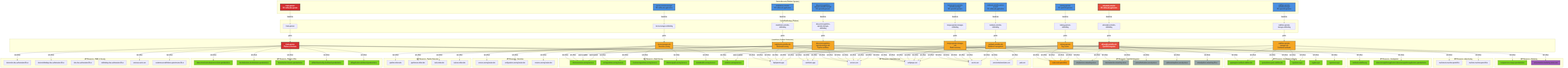
This is architecture/rhoai-2.6/diagrams/platform-rbac.png from rhuss/architecture-context, a Mermaid export, as it was before one commit. Its source is kept beside it as architecture/rhoai-2.6/diagrams/platform-rbac.mmd.
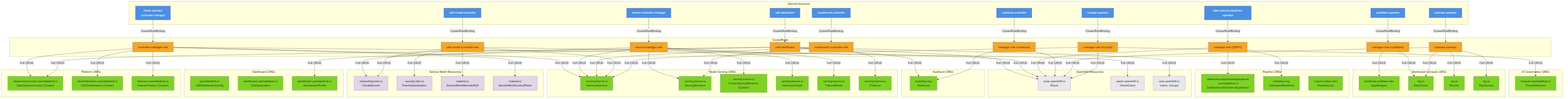
Later version of the same file.

Change to the diagram source:
```diff
@@ -1,278 +1,194 @@
-graph TB
-    subgraph "Service Accounts (Platform Operators)"
-        SA_RHODS[rhods-operator<br/>NS: redhat-ods-operator]
-        SA_DSP[data-science-pipelines-operator-controller-manager<br/>NS: openshift-operators]
-        SA_KServe[kserve-controller-manager<br/>NS: redhat-ods-applications]
-        SA_ModelMesh[modelmesh-controller<br/>NS: redhat-ods-applications]
-        SA_ModelCtrl[odh-model-controller<br/>NS: redhat-ods-applications]
-        SA_CodeFlare[codeflare-operator-controller-manager<br/>NS: openshift-operators]
-        SA_KubeRay[kuberay-operator<br/>NS: openshift-operators]
-        SA_TrustyAI[trustyai-service-operator-controller-manager<br/>NS: openshift-operators]
-        SA_Notebook[notebook-controller-service-account<br/>NS: redhat-ods-applications]
+
+graph TD
+    subgraph ServiceAccounts["Service Accounts"]
+        SA_Rhods["rhods-operator<br/>controller-manager"]
+        SA_Dashboard["odh-dashboard"]
+        SA_KServe["kserve-controller-manager"]
+        SA_ModelMesh["modelmesh-controller"]
+        SA_OdhModel["odh-model-controller"]
+        SA_DSPO["data-science-pipelines-operator"]
+        SA_Notebook["notebook-controller"]
+        SA_CodeFlare["codeflare-operator"]
+        SA_KubeRay["kuberay-operator"]
+        SA_TrustyAI["trustyai-operator"]
     end
 
-    subgraph "ClusterRoleBindings (Platform)"
-        CRB_RHODS[rhods-operator]
-        CRB_DSP[data-science-pipelines-operator-manager-rolebinding]
-        CRB_KServe[kserve-manager-rolebinding]
-        CRB_ModelMesh[modelmesh-controller-rolebinding]
-        CRB_ModelCtrl[odh-model-controller-rolebinding]
-        CRB_CodeFlare[codeflare-operator-manager-rolebinding]
-        CRB_KubeRay[kuberay-operator-rolebinding]
-        CRB_TrustyAI[trustyai-operator-manager-rolebinding]
-        CRB_Notebook[notebook-controller-rolebinding]
+    subgraph ClusterRoles["ClusterRoles"]
+        CR_Rhods["controller-manager-role"]
+        CR_Dashboard["odh-dashboard"]
+        CR_KServe["kserve-manager-role"]
+        CR_ModelMesh["modelmesh-controller-role"]
+        CR_OdhModel["odh-model-controller-role"]
+        CR_DSPO["manager-role (DSPO)"]
+        CR_Notebook["manager-role (notebook)"]
+        CR_CodeFlare["manager-role (codeflare)"]
+        CR_KubeRay["kuberay-operator"]
+        CR_TrustyAI["manager-role (trustyai)"]
     end
 
-    subgraph "ClusterRoles (Platform Permissions)"
-        CR_RHODS[rhods-operator<br/>Platform orchestrator]
-        CR_DSP[data-science-pipelines-operator-manager-role<br/>Pipeline workflows]
-        CR_KServe[kserve-manager-role<br/>Serverless serving]
-        CR_ModelMesh[modelmesh-controller-role<br/>Multi-model serving]
-        CR_ModelCtrl[odh-model-controller-role<br/>OpenShift integration]
-        CR_CodeFlare[codeflare-operator-manager-role<br/>Distributed workloads]
-        CR_KubeRay[kuberay-operator<br/>Ray clusters]
-        CR_TrustyAI[trustyai-operator-manager-role<br/>Model monitoring]
-        CR_Notebook[notebook-controller-role<br/>Workbench management]
+    subgraph PlatformCRDs["Platform CRDs"]
+        DSC["datasciencecluster.opendatahub.io<br/>DataScienceCluster (Cluster)"]
+        DSCI["dscinitialization.opendatahub.io<br/>DSCInitialization (Cluster)"]
+        FT["features.opendatahub.io<br/>FeatureTracker (Cluster)"]
     end
 
-    subgraph "API Resources - Platform CRDs"
-        DSC[datascienceclusters.datasciencecluster.opendatahub.io]
-        DSCInit[dscinitializations.dscinitialization.opendatahub.io]
-        FeatureTracker[featuretrackers.features.opendatahub.io]
-        DashboardConfig[odhdashboardconfigs.dashboard.opendatahub.io]
-        OdhApp[odhapplications.dashboard.opendatahub.io]
+    subgraph DashboardCRDs["Dashboard CRDs"]
+        OdhConfig["opendatahub.io<br/>OdhDashboardConfig"]
+        OdhApp["dashboard.opendatahub.io<br/>OdhApplication"]
+        AccelProfile["dashboard.opendatahub.io<br/>AcceleratorProfile"]
     end
 
-    subgraph "API Resources - Development"
-        Notebook[notebooks.kubeflow.org]
-        DSPA_CR[datasciencepipelinesapplications.datasciencepipelinesapplications.opendatahub.io]
+    subgraph ServingCRDs["Model Serving CRDs"]
+        ISVC["serving.kserve.io<br/>InferenceService"]
+        SR["serving.kserve.io<br/>ServingRuntime"]
+        CSR["serving.kserve.io<br/>ClusterServingRuntime (Cluster)"]
+        IG["serving.kserve.io<br/>InferenceGraph"]
+        TM["serving.kserve.io<br/>TrainedModel"]
+        Predictor["serving.kserve.io<br/>Predictor"]
     end
 
-    subgraph "API Resources - Model Serving"
-        InferenceService[inferenceservices.serving.kserve.io]
-        ServingRuntime[servingruntimes.serving.kserve.io]
-        ClusterServingRuntime[clusterservingruntimes.serving.kserve.io]
-        InferenceGraph[inferencegraphs.serving.kserve.io]
-        TrainedModel[trainedmodels.serving.kserve.io]
-        Predictor[predictors.serving.kserve.io]
+    subgraph PipelineCRDs["Pipeline CRDs"]
+        DSPA["datasciencepipelinesapplications<br/>.opendatahub.io<br/>DataSciencePipelinesApplication"]
+        SW["kubeflow.org<br/>ScheduledWorkflow"]
+        PL["custom.tekton.dev<br/>PipelineLoop"]
     end
 
-    subgraph "API Resources - Distributed Computing"
-        AppWrapper[appwrappers.workload.codeflare.dev]
-        QuotaSubtree[quotasubtrees.quota.codeflare.dev]
-        RayCluster[rayclusters.ray.io]
-        RayJob[rayjobs.ray.io]
-        RayService[rayservices.ray.io]
+    subgraph NotebookCRDs["Notebook CRDs"]
+        NB["kubeflow.org<br/>Notebook"]
     end
 
-    subgraph "API Resources - Monitoring"
-        TrustyAIService[trustyaiservices.trustyai.opendatahub.io]
-        ServiceMonitor[servicemonitors.monitoring.coreos.com]
+    subgraph ComputeCRDs["Distributed Compute CRDs"]
+        AW["workload.codeflare.dev<br/>AppWrapper"]
+        RC["ray.io<br/>RayCluster"]
+        RJ["ray.io<br/>RayJob"]
+        RS["ray.io<br/>RayService"]
     end
 
-    subgraph "API Resources - OpenShift Integration"
-        Route[routes.route.openshift.io]
-        VirtualService[virtualservices.networking.istio.io]
-        DestinationRule[destinationrules.networking.istio.io]
-        PeerAuthentication[peerauthentications.security.istio.io]
-        AuthorizationPolicy[authorizationpolicies.security.istio.io]
-        NetworkPolicy[networkpolicies.networking.k8s.io]
+    subgraph GovernanceCRDs["AI Governance CRDs"]
+        TAIS["trustyai.opendatahub.io<br/>TrustyAIService"]
     end
 
-    subgraph "API Resources - Pipeline Execution"
-        Pipeline[pipelines.tekton.dev]
-        PipelineRun[pipelineruns.tekton.dev]
-        Task[tasks.tekton.dev]
-        TaskRun[taskruns.tekton.dev]
+    subgraph MeshResources["Service Mesh Resources"]
+        VS["networking.istio.io<br/>VirtualService"]
+        PA["security.istio.io<br/>PeerAuthentication"]
+        SMMR["maistra.io<br/>ServiceMeshMemberRoll"]
+        SMCP["maistra.io<br/>ServiceMeshControlPlane"]
     end
 
-    subgraph "API Resources - Serverless"
-        KnativeService[services.serving.knative.dev]
-        Configuration[configurations.serving.knative.dev]
-        Revision[revisions.serving.knative.dev]
+    subgraph OCPResources["OpenShift Resources"]
+        Routes["route.openshift.io<br/>Route"]
+        OAuthClient["oauth.openshift.io<br/>OAuthClient"]
+        Users["user.openshift.io<br/>Users, Groups"]
     end
 
-    subgraph "API Resources - Kubernetes Core"
-        Deployment[deployments.apps]
-        StatefulSet[statefulsets.apps]
-        Service[services.core]
-        ConfigMap[configmaps.core]
-        Secret[secrets.core]
-        PVC[persistentvolumeclaims.core]
-        Pod[pods.core]
-    end
+    SA_Rhods -->|ClusterRoleBinding| CR_Rhods
+    SA_Dashboard -->|ClusterRoleBinding| CR_Dashboard
+    SA_KServe -->|ClusterRoleBinding| CR_KServe
+    SA_ModelMesh -->|ClusterRoleBinding| CR_ModelMesh
+    SA_OdhModel -->|ClusterRoleBinding| CR_OdhModel
+    SA_DSPO -->|ClusterRoleBinding| CR_DSPO
+    SA_Notebook -->|ClusterRoleBinding| CR_Notebook
+    SA_CodeFlare -->|ClusterRoleBinding| CR_CodeFlare
+    SA_KubeRay -->|ClusterRoleBinding| CR_KubeRay
+    SA_TrustyAI -->|ClusterRoleBinding| CR_TrustyAI
 
-    subgraph "API Resources - RBAC & Security"
-        ClusterRole[clusterroles.rbac.authorization.k8s.io]
-        ClusterRoleBinding[clusterrolebindings.rbac.authorization.k8s.io]
-        Role[roles.rbac.authorization.k8s.io]
-        RoleBinding[rolebindings.rbac.authorization.k8s.io]
-        ServiceAccount[serviceaccounts.core]
-        CRD[customresourcedefinitions.apiextensions.k8s.io]
-    end
+    CR_Rhods -->|"Full CRUD"| DSC
+    CR_Rhods -->|"Full CRUD"| DSCI
+    CR_Rhods -->|"Full CRUD"| FT
+    CR_Rhods -->|"Full CRUD"| ISVC
+    CR_Rhods -->|"Full CRUD"| SMCP
+    CR_Rhods -->|"Full CRUD"| OAuthClient
 
-    subgraph "API Resources - Auto-Scaling"
-        MachineSet[machinesets.machine.openshift.io]
-        Machine[machines.machine.openshift.io]
-    end
+    CR_Dashboard -->|"Full CRUD"| NB
+    CR_Dashboard -->|"Full CRUD"| DSC
+    CR_Dashboard -->|"Full CRUD"| Routes
+    CR_Dashboard -->|"Full CRUD"| Users
+    CR_Dashboard -->|"Full CRUD"| AccelProfile
 
-    SA_RHODS -->|bound via| CRB_RHODS
-    SA_DSP -->|bound via| CRB_DSP
-    SA_KServe -->|bound via| CRB_KServe
-    SA_ModelMesh -->|bound via| CRB_ModelMesh
-    SA_ModelCtrl -->|bound via| CRB_ModelCtrl
-    SA_CodeFlare -->|bound via| CRB_CodeFlare
-    SA_KubeRay -->|bound via| CRB_KubeRay
-    SA_TrustyAI -->|bound via| CRB_TrustyAI
-    SA_Notebook -->|bound via| CRB_Notebook
+    CR_KServe -->|"Full CRUD"| ISVC
+    CR_KServe -->|"Full CRUD"| SR
+    CR_KServe -->|"Full CRUD"| CSR
+    CR_KServe -->|"Full CRUD"| IG
+    CR_KServe -->|"Full CRUD"| TM
+    CR_KServe -->|"Full CRUD"| VS
 
-    CRB_RHODS -->|grants| CR_RHODS
-    CRB_DSP -->|grants| CR_DSP
-    CRB_KServe -->|grants| CR_KServe
-    CRB_ModelMesh -->|grants| CR_ModelMesh
-    CRB_ModelCtrl -->|grants| CR_ModelCtrl
-    CRB_CodeFlare -->|grants| CR_CodeFlare
-    CRB_KubeRay -->|grants| CR_KubeRay
-    CRB_TrustyAI -->|grants| CR_TrustyAI
-    CRB_Notebook -->|grants| CR_Notebook
+    CR_ModelMesh -->|"Full CRUD"| ISVC
+    CR_ModelMesh -->|"Full CRUD"| Predictor
+    CR_ModelMesh -->|"Full CRUD"| SR
 
-    CR_RHODS -->|full CRUD| DSC
-    CR_RHODS -->|full CRUD| DSCInit
-    CR_RHODS -->|full CRUD| FeatureTracker
-    CR_RHODS -->|full CRUD| DashboardConfig
-    CR_RHODS -->|full CRUD| OdhApp
-    CR_RHODS -->|full CRUD| ClusterRole
-    CR_RHODS -->|full CRUD| ClusterRoleBinding
-    CR_RHODS -->|full CRUD| CRD
-    CR_RHODS -->|full CRUD| Deployment
-    CR_RHODS -->|full CRUD| Service
-    CR_RHODS -->|full CRUD| ConfigMap
-    CR_RHODS -->|full CRUD| Secret
-    CR_RHODS -->|full CRUD| ServiceAccount
+    CR_OdhModel -->|"Full CRUD"| ISVC
+    CR_OdhModel -->|"Full CRUD"| VS
+    CR_OdhModel -->|"Full CRUD"| PA
+    CR_OdhModel -->|"Full CRUD"| SMMR
+    CR_OdhModel -->|"Full CRUD"| Routes
 
-    CR_DSP -->|full CRUD| DSPA_CR
-    CR_DSP -->|full CRUD| Pipeline
-    CR_DSP -->|full CRUD| PipelineRun
-    CR_DSP -->|full CRUD| Task
-    CR_DSP -->|full CRUD| TaskRun
-    CR_DSP -->|full CRUD| RayCluster
-    CR_DSP -->|full CRUD| AppWrapper
-    CR_DSP -->|full CRUD| Deployment
-    CR_DSP -->|full CRUD| StatefulSet
-    CR_DSP -->|full CRUD| Service
-    CR_DSP -->|full CRUD| ConfigMap
-    CR_DSP -->|full CRUD| Secret
+    CR_DSPO -->|"Full CRUD"| DSPA
+    CR_DSPO -->|"Full CRUD"| SW
+    CR_DSPO -->|"Full CRUD"| Routes
 
-    CR_KServe -->|full CRUD| InferenceService
-    CR_KServe -->|full CRUD| ServingRuntime
-    CR_KServe -->|full CRUD| ClusterServingRuntime
-    CR_KServe -->|full CRUD| InferenceGraph
-    CR_KServe -->|full CRUD| TrainedModel
-    CR_KServe -->|full CRUD| KnativeService
-    CR_KServe -->|full CRUD| Configuration
-    CR_KServe -->|full CRUD| Revision
-    CR_KServe -->|full CRUD| VirtualService
-    CR_KServe -->|full CRUD| DestinationRule
-    CR_KServe -->|full CRUD| Service
-    CR_KServe -->|full CRUD| Deployment
+    CR_Notebook -->|"Full CRUD"| NB
+    CR_Notebook -->|"Full CRUD"| Routes
 
-    CR_ModelMesh -->|full CRUD| Predictor
-    CR_ModelMesh -->|full CRUD| ServingRuntime
-    CR_ModelMesh -->|full CRUD| InferenceService
-    CR_ModelMesh -->|full CRUD| Deployment
-    CR_ModelMesh -->|full CRUD| Service
-    CR_ModelMesh -->|full CRUD| ConfigMap
-    CR_ModelMesh -->|full CRUD| Secret
+    CR_CodeFlare -->|"Full CRUD"| AW
+    CR_CodeFlare -->|"Full CRUD"| RC
 
-    CR_ModelCtrl -->|watch & update| InferenceService
-    CR_ModelCtrl -->|watch & update| Predictor
-    CR_ModelCtrl -->|full CRUD| Route
-    CR_ModelCtrl -->|full CRUD| VirtualService
-    CR_ModelCtrl -->|full CRUD| DestinationRule
-    CR_ModelCtrl -->|full CRUD| PeerAuthentication
-    CR_ModelCtrl -->|full CRUD| AuthorizationPolicy
-    CR_ModelCtrl -->|full CRUD| NetworkPolicy
-    CR_ModelCtrl -->|full CRUD| ServiceMonitor
-    CR_ModelCtrl -->|full CRUD| ConfigMap
-    CR_ModelCtrl -->|full CRUD| Secret
+    CR_KubeRay -->|"Full CRUD"| RC
+    CR_KubeRay -->|"Full CRUD"| RJ
+    CR_KubeRay -->|"Full CRUD"| RS
+    CR_KubeRay -->|"Full CRUD"| Routes
 
-    CR_CodeFlare -->|full CRUD| AppWrapper
-    CR_CodeFlare -->|full CRUD| QuotaSubtree
-    CR_CodeFlare -->|full CRUD| RayCluster
-    CR_CodeFlare -->|full CRUD| MachineSet
-    CR_CodeFlare -->|full CRUD| Machine
-    CR_CodeFlare -->|full CRUD| Route
-    CR_CodeFlare -->|full CRUD| ConfigMap
+    CR_TrustyAI -->|"Full CRUD"| TAIS
+    CR_TrustyAI -->|"Full CRUD"| ISVC
+    CR_TrustyAI -->|"Full CRUD"| Routes
 
-    CR_KubeRay -->|full CRUD| RayCluster
-    CR_KubeRay -->|full CRUD| RayJob
-    CR_KubeRay -->|full CRUD| RayService
-    CR_KubeRay -->|full CRUD| Route
-    CR_KubeRay -->|full CRUD| Deployment
-    CR_KubeRay -->|full CRUD| StatefulSet
-    CR_KubeRay -->|full CRUD| Service
-    CR_KubeRay -->|full CRUD| ConfigMap
+    style SA_Rhods fill:#4a90e2,color:#fff
+    style SA_Dashboard fill:#4a90e2,color:#fff
+    style SA_KServe fill:#4a90e2,color:#fff
+    style SA_ModelMesh fill:#4a90e2,color:#fff
+    style SA_OdhModel fill:#4a90e2,color:#fff
+    style SA_DSPO fill:#4a90e2,color:#fff
+    style SA_Notebook fill:#4a90e2,color:#fff
+    style SA_CodeFlare fill:#4a90e2,color:#fff
+    style SA_KubeRay fill:#4a90e2,color:#fff
+    style SA_TrustyAI fill:#4a90e2,color:#fff
 
-    CR_TrustyAI -->|full CRUD| TrustyAIService
-    CR_TrustyAI -->|watch & patch| InferenceService
-    CR_TrustyAI -->|full CRUD| Deployment
-    CR_TrustyAI -->|full CRUD| Service
-    CR_TrustyAI -->|full CRUD| Route
-    CR_TrustyAI -->|full CRUD| ConfigMap
-    CR_TrustyAI -->|full CRUD| Secret
-    CR_TrustyAI -->|full CRUD| PVC
+    style CR_Rhods fill:#f5a623
+    style CR_Dashboard fill:#f5a623
+    style CR_KServe fill:#f5a623
+    style CR_ModelMesh fill:#f5a623
+    style CR_OdhModel fill:#f5a623
+    style CR_DSPO fill:#f5a623
+    style CR_Notebook fill:#f5a623
+    style CR_CodeFlare fill:#f5a623
+    style CR_KubeRay fill:#f5a623
+    style CR_TrustyAI fill:#f5a623
 
-    CR_Notebook -->|full CRUD| Notebook
-    CR_Notebook -->|full CRUD| StatefulSet
-    CR_Notebook -->|full CRUD| Service
-    CR_Notebook -->|full CRUD| Route
-    CR_Notebook -->|full CRUD| ConfigMap
-    CR_Notebook -->|full CRUD| Secret
-    CR_Notebook -->|full CRUD| PVC
+    style DSC fill:#7ed321
+    style DSCI fill:#7ed321
+    style FT fill:#7ed321
+    style ISVC fill:#7ed321
+    style SR fill:#7ed321
+    style CSR fill:#7ed321
+    style IG fill:#7ed321
+    style TM fill:#7ed321
+    style Predictor fill:#7ed321
+    style DSPA fill:#7ed321
+    style SW fill:#7ed321
+    style PL fill:#7ed321
+    style NB fill:#7ed321
+    style AW fill:#7ed321
+    style RC fill:#7ed321
+    style RJ fill:#7ed321
+    style RS fill:#7ed321
+    style TAIS fill:#7ed321
+    style OdhConfig fill:#7ed321
+    style OdhApp fill:#7ed321
+    style AccelProfile fill:#7ed321
 
-    style SA_RHODS fill:#d63031,stroke:#2d3436,stroke-width:3px,color:#fff
-    style SA_DSP fill:#4a90e2,stroke:#333,stroke-width:2px
-    style SA_KServe fill:#4a90e2,stroke:#333,stroke-width:2px
-    style SA_ModelMesh fill:#4a90e2,stroke:#333,stroke-width:2px
-    style SA_ModelCtrl fill:#e74c3c,stroke:#333,stroke-width:3px,color:#fff
-    style SA_CodeFlare fill:#4a90e2,stroke:#333,stroke-width:2px
-    style SA_KubeRay fill:#4a90e2,stroke:#333,stroke-width:2px
-    style SA_TrustyAI fill:#4a90e2,stroke:#333,stroke-width:2px
-    style SA_Notebook fill:#4a90e2,stroke:#333,stroke-width:2px
-
-    style CR_RHODS fill:#d63031,stroke:#2d3436,stroke-width:3px,color:#fff
-    style CR_DSP fill:#f5a623,stroke:#333,stroke-width:2px
-    style CR_KServe fill:#f5a623,stroke:#333,stroke-width:2px
-    style CR_ModelMesh fill:#f5a623,stroke:#333,stroke-width:2px
-    style CR_ModelCtrl fill:#e74c3c,stroke:#333,stroke-width:3px,color:#fff
-    style CR_CodeFlare fill:#f5a623,stroke:#333,stroke-width:2px
-    style CR_KubeRay fill:#f5a623,stroke:#333,stroke-width:2px
-    style CR_TrustyAI fill:#f5a623,stroke:#333,stroke-width:2px
-    style CR_Notebook fill:#f5a623,stroke:#333,stroke-width:2px
-
-    style DSC fill:#7ed321,stroke:#333,stroke-width:1px
-    style DSCInit fill:#7ed321,stroke:#333,stroke-width:1px
-    style FeatureTracker fill:#7ed321,stroke:#333,stroke-width:1px
-    style DashboardConfig fill:#7ed321,stroke:#333,stroke-width:1px
-    style OdhApp fill:#7ed321,stroke:#333,stroke-width:1px
-    style Notebook fill:#7ed321,stroke:#333,stroke-width:1px
-    style DSPA_CR fill:#7ed321,stroke:#333,stroke-width:1px
-    style InferenceService fill:#7ed321,stroke:#333,stroke-width:1px
-    style ServingRuntime fill:#7ed321,stroke:#333,stroke-width:1px
-    style ClusterServingRuntime fill:#7ed321,stroke:#333,stroke-width:1px
-    style InferenceGraph fill:#7ed321,stroke:#333,stroke-width:1px
-    style TrainedModel fill:#7ed321,stroke:#333,stroke-width:1px
-    style Predictor fill:#7ed321,stroke:#333,stroke-width:1px
-    style AppWrapper fill:#7ed321,stroke:#333,stroke-width:1px
-    style QuotaSubtree fill:#7ed321,stroke:#333,stroke-width:1px
-    style RayCluster fill:#7ed321,stroke:#333,stroke-width:1px
-    style RayJob fill:#7ed321,stroke:#333,stroke-width:1px
-    style RayService fill:#7ed321,stroke:#333,stroke-width:1px
-    style TrustyAIService fill:#7ed321,stroke:#333,stroke-width:1px
-    style ServiceMonitor fill:#9b59b6,stroke:#333,stroke-width:1px
-    style Route fill:#f39c12,stroke:#333,stroke-width:1px
-    style VirtualService fill:#95a5a6,stroke:#333,stroke-width:1px
-    style DestinationRule fill:#95a5a6,stroke:#333,stroke-width:1px
-    style PeerAuthentication fill:#95a5a6,stroke:#333,stroke-width:1px
-    style AuthorizationPolicy fill:#95a5a6,stroke:#333,stroke-width:1px
-    style NetworkPolicy fill:#95a5a6,stroke:#333,stroke-width:1px
+    style VS fill:#e1d5e7
+    style PA fill:#e1d5e7
+    style SMMR fill:#e1d5e7
+    style SMCP fill:#e1d5e7
+    style Routes fill:#e8e8e8
+    style OAuthClient fill:#e8e8e8
+    style Users fill:#e8e8e8
```
